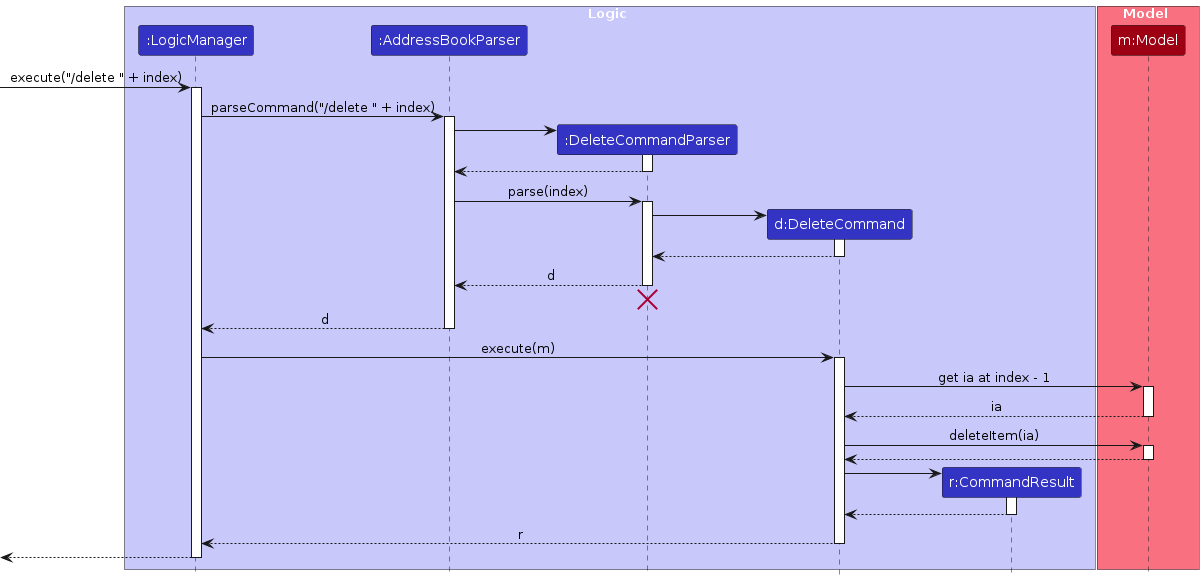
Above: diagrams/DeleteSequenceDiagram.png in woke02/tp (PlantUML), before the change. Its source is kept beside it as diagrams/DeleteSequenceDiagram.puml.
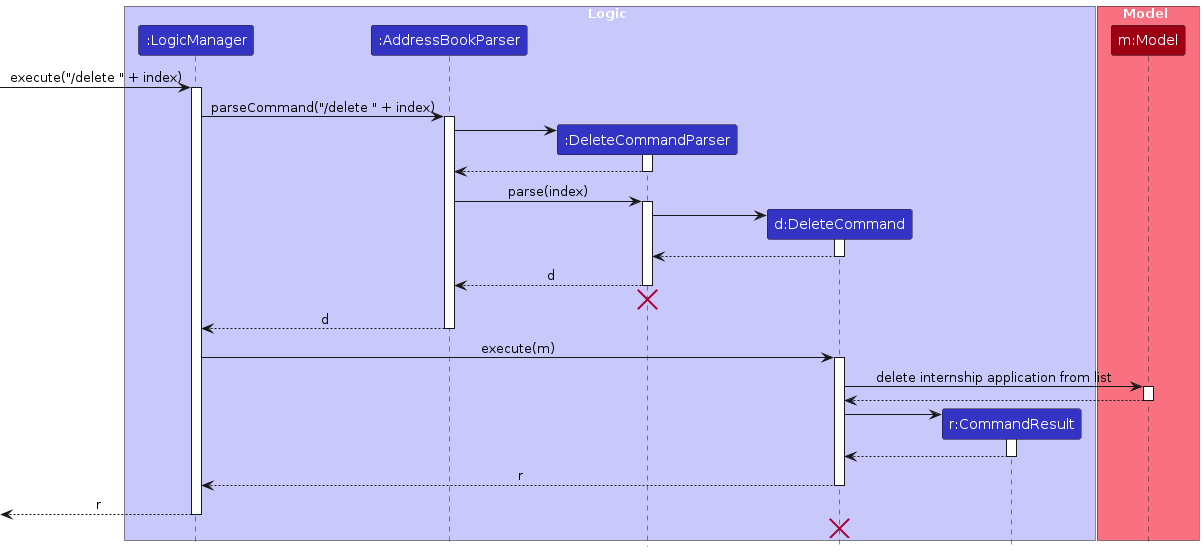
The same diagram one commit later.

Diff of the diagram source:
```diff
@@ -48,13 +48,7 @@
 LogicManager -> DeleteCommand : execute(m)
 activate DeleteCommand
 
-DeleteCommand -> Model : get ia at index - 1
-activate Model
-
-Model --> DeleteCommand : ia
-deactivate Model
-
-DeleteCommand -> Model : deleteItem(ia)
+DeleteCommand -> Model : delete internship application from list
 activate Model
 
 Model --> DeleteCommand
@@ -70,6 +64,8 @@
 DeleteCommand --> LogicManager : r
 deactivate DeleteCommand
 
-[<--LogicManager
+[<--LogicManager : r
 deactivate LogicManager
+DeleteCommand -[hidden]-> LogicManager
+destroy DeleteCommand
 @enduml
```
